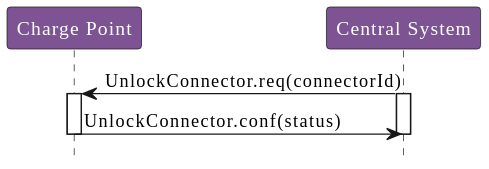
This is OCPP_1.6/images/figure_40.svg from phoi5675/ocpp-markdown, a PlantUML export, as it was before one commit. The source it was exported from:
```plantuml
@startuml
!include style.puml

participant "Charge Point" as ChargePoint
participant "Central System" as CentralSystem

CentralSystem -> ChargePoint : UnlockConnector.req(connectorId)

activate ChargePoint
activate CentralSystem

ChargePoint -> CentralSystem : UnlockConnector.conf(status)

deactivate CentralSystem
deactivate ChargePoint
@enduml
```
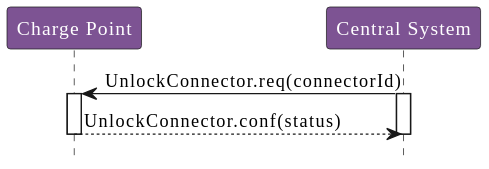
Above is the later version.

What changed in the source:
```diff
@@ -5,12 +5,10 @@
 participant "Central System" as CentralSystem
 
 CentralSystem -> ChargePoint : UnlockConnector.req(connectorId)
-
 activate ChargePoint
 activate CentralSystem
 
-ChargePoint -> CentralSystem : UnlockConnector.conf(status)
-
+ChargePoint --> CentralSystem : UnlockConnector.conf(status)
 deactivate CentralSystem
 deactivate ChargePoint
 @enduml
```
